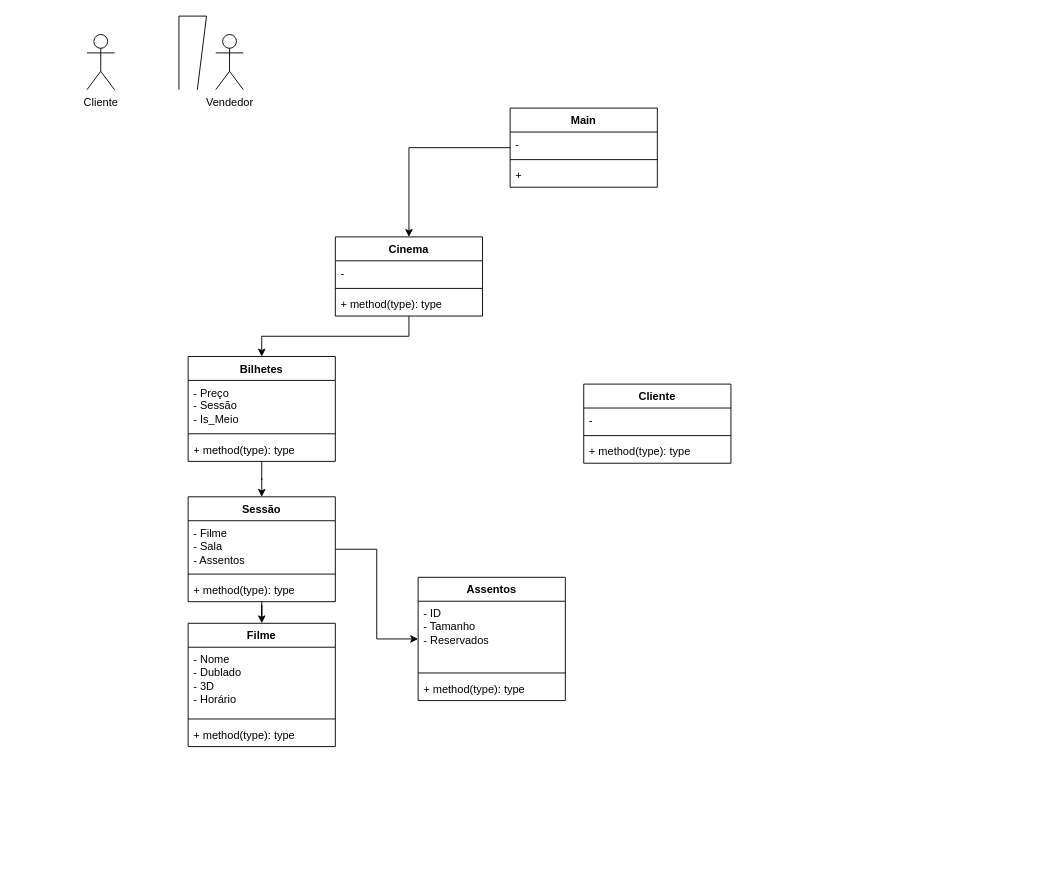
Above: Diagrama sem nome.drawio in eramoss/CineCon (draw.io), before the change. Source tidied: cells renumbered, new cells numbered last; positions are measured from the earlier drawing's top-left corner, leaving out a move shared by most shapes. Both pictures are drawn from the tidied source at 92%, with x=0, y=0 at pixel (86, 16).
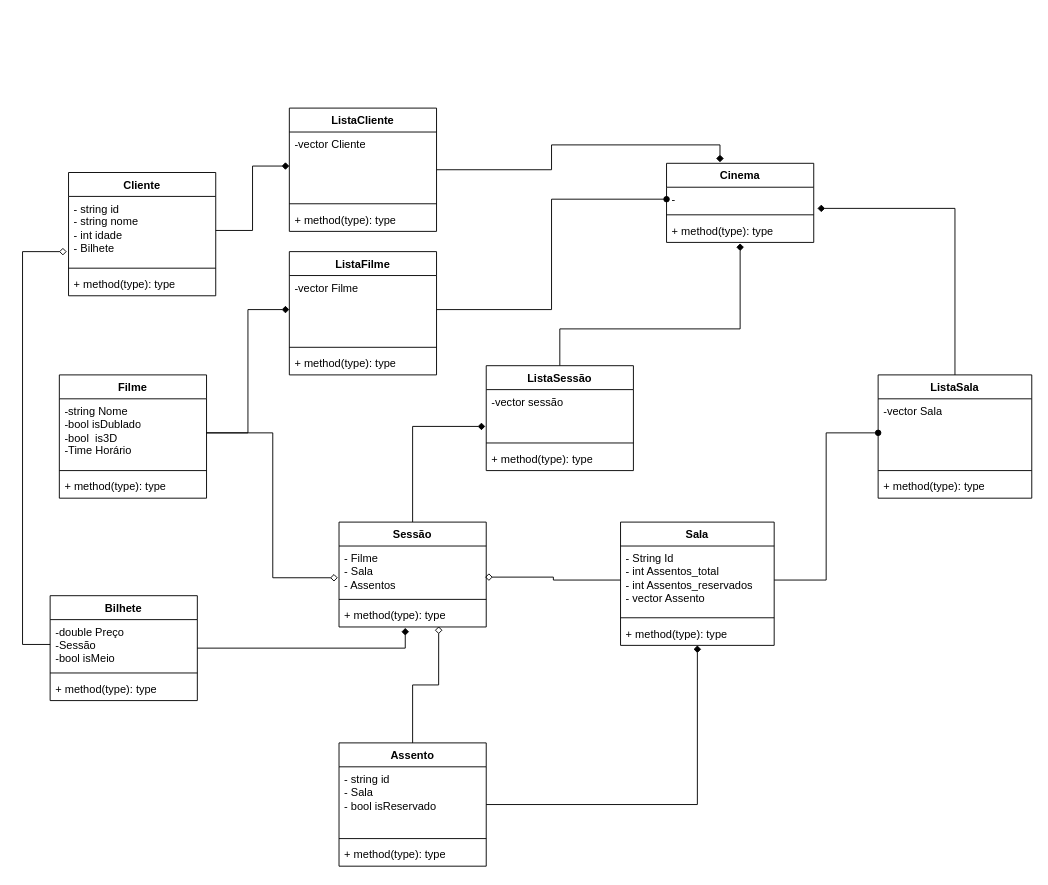
After the change.

Unchanged cells that the change refers to:
```xml
<mxCell id="5" value="-" style="text;strokeColor=none;fillColor=none;align=left;verticalAlign=top;spacingLeft=4;spacingRight=4;overflow=hidden;points=[[0,0.5],[1,0.5]];portConstraint=eastwest;whiteSpace=wrap;html=1;" parent="4" vertex="1">
  <mxGeometry y="26" width="160" height="26" as="geometry" />
</mxCell>
<mxCell id="7" value="+ method(type): type" style="text;strokeColor=none;fillColor=none;align=left;verticalAlign=top;spacingLeft=4;spacingRight=4;overflow=hidden;points=[[0,0.5],[1,0.5]];portConstraint=eastwest;whiteSpace=wrap;html=1;" parent="4" vertex="1">
  <mxGeometry y="60" width="160" height="26" as="geometry" />
</mxCell>
<mxCell id="31" value="- Filme&lt;br&gt;- Sala&lt;br&gt;- Assentos" style="text;strokeColor=none;fillColor=none;align=left;verticalAlign=top;spacingLeft=4;spacingRight=4;overflow=hidden;points=[[0,0.5],[1,0.5]];portConstraint=eastwest;whiteSpace=wrap;html=1;" parent="30" vertex="1">
  <mxGeometry y="26" width="160" height="54" as="geometry" />
</mxCell>
<mxCell id="33" value="+ method(type): type" style="text;strokeColor=none;fillColor=none;align=left;verticalAlign=top;spacingLeft=4;spacingRight=4;overflow=hidden;points=[[0,0.5],[1,0.5]];portConstraint=eastwest;whiteSpace=wrap;html=1;" parent="30" vertex="1">
  <mxGeometry y="88" width="160" height="26" as="geometry" />
</mxCell>
```

The edit, as a diff of the source:
```diff
@@
-    <mxCell id="2" value="Cliente" style="shape=umlActor;verticalLabelPosition=bottom;verticalAlign=top;html=1;" parent="1" vertex="1">
-      <mxGeometry y="20" width="30" height="60" as="geometry" />
-    </mxCell>
-    <mxCell id="3" style="edgeStyle=orthogonalEdgeStyle;rounded=0;jettySize=auto;html=1;" parent="1" edge="1" source="4" target="16">
-      <mxGeometry relative="1" as="geometry" />
-    </mxCell>
     <mxCell id="4" value="Cinema" style="swimlane;fontStyle=1;align=center;verticalAlign=top;horizontal=1;startSize=26;whiteSpace=wrap;html=1;" parent="1" vertex="1">
-      <mxGeometry x="270" y="240" width="160" height="86" as="geometry" />
+      <mxGeometry x="630" y="160" width="160" height="86" as="geometry" />
     </mxCell>
@@
-    <mxCell id="8" value="Vendedor&lt;br&gt;" style="shape=umlActor;verticalLabelPosition=bottom;verticalAlign=top;html=1;" parent="1" vertex="1">
-      <mxGeometry x="140" y="20" width="30" height="60" as="geometry" />
-    </mxCell>
-    <mxCell id="9" style="edgeStyle=orthogonalEdgeStyle;rounded=0;jettySize=auto;html=1;entryX=0.5;entryY=0;entryDx=0;entryDy=0;" parent="1" edge="1" source="11" target="4">
-      <mxGeometry relative="1" as="geometry" />
-    </mxCell>
-    <mxCell id="10" style="endArrow=none;html=1;rounded=0;" parent="1" edge="1">
-      <mxGeometry relative="1" as="geometry">
-        <mxPoint x="100" y="80" as="sourcePoint" />
-        <mxPoint x="120" y="80" as="targetPoint" />
-        <Array as="points">
-          <mxPoint x="100" />
-          <mxPoint x="130" />
-        </Array>
-      </mxGeometry>
-    </mxCell>
-    <mxCell id="11" value="Main" style="swimlane;fontStyle=1;align=center;verticalAlign=top;horizontal=1;startSize=26;whiteSpace=wrap;html=1;" parent="1" vertex="1">
-      <mxGeometry x="460" y="100" width="160" height="86" as="geometry" />
-    </mxCell>
-    <mxCell id="12" value="-" style="text;strokeColor=none;fillColor=none;align=left;verticalAlign=top;spacingLeft=4;spacingRight=4;overflow=hidden;whiteSpace=wrap;html=1;" parent="11" vertex="1">
-      <mxGeometry y="26" width="160" height="26" as="geometry" />
-    </mxCell>
-    <mxCell id="13" style="line;strokeWidth=1;fillColor=none;align=left;verticalAlign=middle;spacingTop=-1;spacingLeft=3;spacingRight=3;labelPosition=right;strokeColor=inherit;" parent="11" vertex="1">
-      <mxGeometry y="52" width="160" height="8" as="geometry" />
-    </mxCell>
-    <mxCell id="14" value="+" style="text;strokeColor=none;fillColor=none;align=left;verticalAlign=top;spacingLeft=4;spacingRight=4;overflow=hidden;whiteSpace=wrap;html=1;" parent="11" vertex="1">
-      <mxGeometry y="60" width="160" height="26" as="geometry" />
-    </mxCell>
-    <mxCell id="15" style="edgeStyle=orthogonalEdgeStyle;rounded=0;jettySize=auto;html=1;" parent="1" edge="1" source="16" target="30">
-      <mxGeometry relative="1" as="geometry" />
-    </mxCell>
+    <mxCell id="38" style="edgeStyle=orthogonalEdgeStyle;shape=connector;rounded=0;jettySize=auto;html=1;entryX=0.45;entryY=1.038;entryDx=0;entryDy=0;entryPerimeter=0;labelBackgroundColor=default;strokeColor=default;fontFamily=Helvetica;fontSize=11;fontColor=default;endArrow=diamond;endFill=1;" parent="1" edge="1" source="16" target="33">
+      <mxGeometry relative="1" as="geometry" />
+    </mxCell>
-    <mxCell id="16" value="Bilhetes" style="swimlane;fontStyle=1;align=center;verticalAlign=top;horizontal=1;startSize=26;whiteSpace=wrap;html=1;" parent="1" vertex="1">
-      <mxGeometry x="110" y="370" width="160" height="114" as="geometry" />
+    <mxCell id="16" value="Bilhete" style="swimlane;fontStyle=1;align=center;verticalAlign=top;horizontal=1;startSize=26;whiteSpace=wrap;html=1;" parent="1" vertex="1">
+      <mxGeometry x="-40" y="630" width="160" height="114" as="geometry" />
     </mxCell>
-    <mxCell id="17" value="- Preço&lt;br&gt;- Sessão&lt;br&gt;- Is_Meio" style="text;strokeColor=none;fillColor=none;align=left;verticalAlign=top;spacingLeft=4;spacingRight=4;overflow=hidden;points=[[0,0.5],[1,0.5]];portConstraint=eastwest;whiteSpace=wrap;html=1;" parent="16" vertex="1">
+    <mxCell id="17" value="-double Preço&lt;br&gt;-Sessão&lt;br&gt;-bool isMeio" style="text;strokeColor=none;fillColor=none;align=left;verticalAlign=top;spacingLeft=4;spacingRight=4;overflow=hidden;points=[[0,0.5],[1,0.5]];portConstraint=eastwest;whiteSpace=wrap;html=1;" parent="16" vertex="1">
       <mxGeometry y="26" width="160" height="54" as="geometry" />
     </mxCell>
@@
     <mxCell id="20" value="Cliente" style="swimlane;fontStyle=1;align=center;verticalAlign=top;horizontal=1;startSize=26;whiteSpace=wrap;html=1;" parent="1" vertex="1">
-      <mxGeometry x="540" y="400" width="160" height="86" as="geometry" />
+      <mxGeometry x="-20" y="170" width="160" height="134" as="geometry" />
     </mxCell>
-    <mxCell id="21" value="-&amp;nbsp;" style="text;strokeColor=none;fillColor=none;align=left;verticalAlign=top;spacingLeft=4;spacingRight=4;overflow=hidden;points=[[0,0.5],[1,0.5]];portConstraint=eastwest;whiteSpace=wrap;html=1;" parent="20" vertex="1">
-      <mxGeometry y="26" width="160" height="26" as="geometry" />
+    <mxCell id="21" value="&lt;div&gt;- string id&lt;/div&gt;&lt;div&gt;- string nome&lt;/div&gt;&lt;div&gt;- int idade&lt;/div&gt;&lt;div&gt;- Bilhete&lt;br&gt;&lt;/div&gt;" style="text;strokeColor=none;fillColor=none;align=left;verticalAlign=top;spacingLeft=4;spacingRight=4;overflow=hidden;points=[[0,0.5],[1,0.5]];portConstraint=eastwest;whiteSpace=wrap;html=1;" parent="20" vertex="1">
+      <mxGeometry y="26" width="160" height="74" as="geometry" />
     </mxCell>
     <mxCell id="22" style="line;strokeWidth=1;fillColor=none;align=left;verticalAlign=middle;spacingTop=-1;spacingLeft=3;spacingRight=3;labelPosition=right;strokeColor=inherit;" parent="20" vertex="1">
-      <mxGeometry y="52" width="160" height="8" as="geometry" />
+      <mxGeometry y="100" width="160" height="8" as="geometry" />
     </mxCell>
     <mxCell id="23" value="+ method(type): type" style="text;strokeColor=none;fillColor=none;align=left;verticalAlign=top;spacingLeft=4;spacingRight=4;overflow=hidden;whiteSpace=wrap;html=1;" parent="20" vertex="1">
-      <mxGeometry y="60" width="160" height="26" as="geometry" />
+      <mxGeometry y="108" width="160" height="26" as="geometry" />
     </mxCell>
     <mxCell id="24" value="Filme" style="swimlane;fontStyle=1;align=center;verticalAlign=top;horizontal=1;startSize=26;whiteSpace=wrap;html=1;" parent="1" vertex="1">
-      <mxGeometry x="110" y="660" width="160" height="134" as="geometry" />
+      <mxGeometry x="-30" y="390" width="160" height="134" as="geometry" />
     </mxCell>
-    <mxCell id="25" value="- Nome&lt;br&gt;- Dublado&lt;br&gt;- 3D&lt;br&gt;- Horário" style="text;strokeColor=none;fillColor=none;align=left;verticalAlign=top;spacingLeft=4;spacingRight=4;overflow=hidden;points=[[0,0.5],[1,0.5]];portConstraint=eastwest;whiteSpace=wrap;html=1;" parent="24" vertex="1">
+    <mxCell id="25" value="-string Nome&lt;br&gt;-bool isDublado&lt;br&gt;-bool&amp;nbsp; is3D&lt;br&gt;-Time Horário" style="text;strokeColor=none;fillColor=none;align=left;verticalAlign=top;spacingLeft=4;spacingRight=4;overflow=hidden;points=[[0,0.5],[1,0.5]];portConstraint=eastwest;whiteSpace=wrap;html=1;" parent="24" vertex="1">
       <mxGeometry y="26" width="160" height="74" as="geometry" />
     </mxCell>
@@
-    <mxCell id="28" style="edgeStyle=orthogonalEdgeStyle;rounded=0;jettySize=auto;html=1;" parent="1" edge="1" source="30" target="24">
-      <mxGeometry relative="1" as="geometry" />
-    </mxCell>
-    <mxCell id="29" style="edgeStyle=orthogonalEdgeStyle;rounded=0;jettySize=auto;html=1;" parent="1" edge="1" source="30" target="34">
-      <mxGeometry relative="1" as="geometry" />
-    </mxCell>
+    <mxCell id="39" style="edgeStyle=orthogonalEdgeStyle;shape=connector;rounded=0;jettySize=auto;html=1;entryX=-0.006;entryY=0.741;entryDx=0;entryDy=0;entryPerimeter=0;labelBackgroundColor=default;strokeColor=default;fontFamily=Helvetica;fontSize=11;fontColor=default;endArrow=diamond;endFill=1;" parent="1" edge="1" source="30" target="69">
+      <mxGeometry relative="1" as="geometry" />
+    </mxCell>
     <mxCell id="30" value="Sessão" style="swimlane;fontStyle=1;align=center;verticalAlign=top;horizontal=1;startSize=26;whiteSpace=wrap;html=1;" parent="1" vertex="1">
-      <mxGeometry x="110" y="522.5" width="160" height="114" as="geometry" />
+      <mxGeometry x="274" y="550" width="160" height="114" as="geometry" />
     </mxCell>
@@
+    <mxCell id="40" style="edgeStyle=orthogonalEdgeStyle;shape=connector;rounded=0;jettySize=auto;html=1;entryX=0.5;entryY=1;entryDx=0;entryDy=0;labelBackgroundColor=default;strokeColor=default;fontFamily=Helvetica;fontSize=11;fontColor=default;endArrow=diamond;endFill=1;" parent="1" edge="1" source="34" target="41">
+      <mxGeometry relative="1" as="geometry" />
+    </mxCell>
-    <mxCell id="34" value="Assentos" style="swimlane;fontStyle=1;align=center;verticalAlign=top;horizontal=1;startSize=26;whiteSpace=wrap;html=1;" parent="1" vertex="1">
-      <mxGeometry x="360" y="610" width="160" height="134" as="geometry" />
+    <mxCell id="34" value="Assento" style="swimlane;fontStyle=1;align=center;verticalAlign=top;horizontal=1;startSize=26;whiteSpace=wrap;html=1;" parent="1" vertex="1">
+      <mxGeometry x="274" y="790" width="160" height="134" as="geometry" />
     </mxCell>
-    <mxCell id="35" value="- ID&lt;br&gt;- Tamanho&lt;br&gt;- Reservados" style="text;strokeColor=none;fillColor=none;align=left;verticalAlign=top;spacingLeft=4;spacingRight=4;overflow=hidden;whiteSpace=wrap;html=1;" parent="34" vertex="1">
+    <mxCell id="35" value="&lt;div&gt;- string id&lt;/div&gt;&lt;div&gt;- Sala&lt;br&gt;&lt;/div&gt;&lt;div&gt;- bool isReservado&lt;br&gt;&lt;/div&gt;" style="text;strokeColor=none;fillColor=none;align=left;verticalAlign=top;spacingLeft=4;spacingRight=4;overflow=hidden;whiteSpace=wrap;html=1;" parent="34" vertex="1">
       <mxGeometry y="26" width="160" height="74" as="geometry" />
     </mxCell>
@@
+    <mxCell id="41" value="Sala" style="swimlane;fontStyle=1;align=center;verticalAlign=top;horizontal=1;startSize=26;whiteSpace=wrap;html=1;" parent="1" vertex="1">
+      <mxGeometry x="580" y="550" width="167" height="134" as="geometry" />
+    </mxCell>
+    <mxCell id="42" value="&lt;div&gt;- String Id&lt;/div&gt;&lt;div&gt;- int Assentos_total&lt;/div&gt;&lt;div&gt;- int Assentos_reservados&lt;/div&gt;&lt;div&gt;- vector Assento&lt;br&gt;&lt;/div&gt;" style="text;strokeColor=none;fillColor=none;align=left;verticalAlign=top;spacingLeft=4;spacingRight=4;overflow=hidden;points=[[0,0.5],[1,0.5]];portConstraint=eastwest;whiteSpace=wrap;html=1;" parent="41" vertex="1">
+      <mxGeometry y="26" width="167" height="74" as="geometry" />
+    </mxCell>
+    <mxCell id="43" style="line;strokeWidth=1;fillColor=none;align=left;verticalAlign=middle;spacingTop=-1;spacingLeft=3;spacingRight=3;labelPosition=right;strokeColor=inherit;" parent="41" vertex="1">
+      <mxGeometry y="100" width="167" height="8" as="geometry" />
+    </mxCell>
+    <mxCell id="44" value="+ method(type): type" style="text;strokeColor=none;fillColor=none;align=left;verticalAlign=top;spacingLeft=4;spacingRight=4;overflow=hidden;whiteSpace=wrap;html=1;" parent="41" vertex="1">
+      <mxGeometry y="108" width="167" height="26" as="geometry" />
+    </mxCell>
+    <mxCell id="45" style="edgeStyle=orthogonalEdgeStyle;shape=connector;rounded=0;jettySize=auto;html=1;entryX=-0.008;entryY=0.639;entryDx=0;entryDy=0;entryPerimeter=0;labelBackgroundColor=default;strokeColor=default;fontFamily=Helvetica;fontSize=11;fontColor=default;endArrow=diamond;endFill=0;" parent="1" edge="1" source="25" target="31">
+      <mxGeometry relative="1" as="geometry" />
+    </mxCell>
+    <mxCell id="46" style="edgeStyle=orthogonalEdgeStyle;shape=connector;rounded=0;jettySize=auto;html=1;entryX=0.992;entryY=0.626;entryDx=0;entryDy=0;entryPerimeter=0;labelBackgroundColor=default;strokeColor=default;fontFamily=Helvetica;fontSize=11;fontColor=default;endArrow=diamond;endFill=0;" parent="1" edge="1" source="42" target="31">
+      <mxGeometry relative="1" as="geometry" />
+    </mxCell>
+    <mxCell id="47" style="edgeStyle=orthogonalEdgeStyle;shape=connector;rounded=0;jettySize=auto;html=1;entryX=0.677;entryY=0.974;entryDx=0;entryDy=0;entryPerimeter=0;labelBackgroundColor=default;strokeColor=default;fontFamily=Helvetica;fontSize=11;fontColor=default;endArrow=diamond;endFill=0;exitX=0.5;exitY=0;exitDx=0;exitDy=0;" parent="1" edge="1" source="34" target="33">
+      <mxGeometry relative="1" as="geometry" />
+    </mxCell>
+    <mxCell id="48" style="edgeStyle=orthogonalEdgeStyle;shape=connector;rounded=0;jettySize=auto;html=1;entryX=0.363;entryY=-0.012;entryDx=0;entryDy=0;entryPerimeter=0;labelBackgroundColor=default;strokeColor=default;fontFamily=Helvetica;fontSize=11;fontColor=default;endArrow=diamond;endFill=1;" parent="1" edge="1" source="49" target="4">
+      <mxGeometry relative="1" as="geometry" />
+    </mxCell>
+    <mxCell id="49" value="ListaCliente" style="swimlane;fontStyle=1;align=center;verticalAlign=top;horizontal=1;startSize=26;whiteSpace=wrap;html=1;" parent="1" vertex="1">
+      <mxGeometry x="220" y="100" width="160" height="134" as="geometry" />
+    </mxCell>
+    <mxCell id="50" value="-vector Cliente" style="text;strokeColor=none;fillColor=none;align=left;verticalAlign=top;spacingLeft=4;spacingRight=4;overflow=hidden;points=[[0,0.5],[1,0.5]];portConstraint=eastwest;whiteSpace=wrap;html=1;" parent="49" vertex="1">
+      <mxGeometry y="26" width="160" height="74" as="geometry" />
+    </mxCell>
+    <mxCell id="51" style="line;strokeWidth=1;fillColor=none;align=left;verticalAlign=middle;spacingTop=-1;spacingLeft=3;spacingRight=3;labelPosition=right;strokeColor=inherit;" parent="49" vertex="1">
+      <mxGeometry y="100" width="160" height="8" as="geometry" />
+    </mxCell>
+    <mxCell id="52" value="+ method(type): type" style="text;strokeColor=none;fillColor=none;align=left;verticalAlign=top;spacingLeft=4;spacingRight=4;overflow=hidden;whiteSpace=wrap;html=1;" parent="49" vertex="1">
+      <mxGeometry y="108" width="160" height="26" as="geometry" />
+    </mxCell>
+    <mxCell id="53" value="ListaFilme" style="swimlane;fontStyle=1;align=center;verticalAlign=top;horizontal=1;startSize=26;whiteSpace=wrap;html=1;" parent="1" vertex="1">
+      <mxGeometry x="220" y="256" width="160" height="134" as="geometry" />
+    </mxCell>
+    <mxCell id="54" value="-vector Filme" style="text;strokeColor=none;fillColor=none;align=left;verticalAlign=top;spacingLeft=4;spacingRight=4;overflow=hidden;points=[[0,0.5],[1,0.5]];portConstraint=eastwest;whiteSpace=wrap;html=1;" parent="53" vertex="1">
+      <mxGeometry y="26" width="160" height="74" as="geometry" />
+    </mxCell>
+    <mxCell id="55" style="line;strokeWidth=1;fillColor=none;align=left;verticalAlign=middle;spacingTop=-1;spacingLeft=3;spacingRight=3;labelPosition=right;strokeColor=inherit;" parent="53" vertex="1">
+      <mxGeometry y="100" width="160" height="8" as="geometry" />
+    </mxCell>
+    <mxCell id="56" value="+ method(type): type" style="text;strokeColor=none;fillColor=none;align=left;verticalAlign=top;spacingLeft=4;spacingRight=4;overflow=hidden;whiteSpace=wrap;html=1;" parent="53" vertex="1">
+      <mxGeometry y="108" width="160" height="26" as="geometry" />
+    </mxCell>
+    <mxCell id="57" style="edgeStyle=orthogonalEdgeStyle;shape=connector;rounded=0;jettySize=auto;html=1;entryX=-0.012;entryY=0.811;entryDx=0;entryDy=0;entryPerimeter=0;labelBackgroundColor=default;strokeColor=default;fontFamily=Helvetica;fontSize=11;fontColor=default;endArrow=diamond;endFill=0;" parent="1" edge="1" source="17" target="21">
+      <mxGeometry relative="1" as="geometry">
+        <Array as="points">
+          <mxPoint x="-70" y="683" />
+          <mxPoint x="-70" y="256" />
+        </Array>
+      </mxGeometry>
+    </mxCell>
+    <mxCell id="58" style="edgeStyle=orthogonalEdgeStyle;shape=connector;rounded=0;jettySize=auto;html=1;labelBackgroundColor=default;strokeColor=default;fontFamily=Helvetica;fontSize=11;fontColor=default;endArrow=diamond;endFill=1;" parent="1" edge="1" source="25" target="54">
+      <mxGeometry relative="1" as="geometry" />
+    </mxCell>
+    <mxCell id="59" style="edgeStyle=orthogonalEdgeStyle;shape=connector;rounded=0;jettySize=auto;html=1;entryX=1.025;entryY=0.885;entryDx=0;entryDy=0;entryPerimeter=0;labelBackgroundColor=default;strokeColor=default;fontFamily=Helvetica;fontSize=11;fontColor=default;endArrow=diamond;endFill=1;" parent="1" edge="1" source="60" target="5">
+      <mxGeometry relative="1" as="geometry" />
+    </mxCell>
+    <mxCell id="60" value="ListaSala" style="swimlane;fontStyle=1;align=center;verticalAlign=top;horizontal=1;startSize=26;whiteSpace=wrap;html=1;" parent="1" vertex="1">
+      <mxGeometry x="860" y="390" width="167" height="134" as="geometry" />
+    </mxCell>
+    <mxCell id="61" value="-vector Sala" style="text;strokeColor=none;fillColor=none;align=left;verticalAlign=top;spacingLeft=4;spacingRight=4;overflow=hidden;points=[[0,0.5],[1,0.5]];portConstraint=eastwest;whiteSpace=wrap;html=1;" parent="60" vertex="1">
+      <mxGeometry y="26" width="167" height="74" as="geometry" />
+    </mxCell>
+    <mxCell id="62" style="line;strokeWidth=1;fillColor=none;align=left;verticalAlign=middle;spacingTop=-1;spacingLeft=3;spacingRight=3;labelPosition=right;strokeColor=inherit;" parent="60" vertex="1">
+      <mxGeometry y="100" width="167" height="8" as="geometry" />
+    </mxCell>
+    <mxCell id="63" value="+ method(type): type" style="text;strokeColor=none;fillColor=none;align=left;verticalAlign=top;spacingLeft=4;spacingRight=4;overflow=hidden;whiteSpace=wrap;html=1;" parent="60" vertex="1">
+      <mxGeometry y="108" width="167" height="26" as="geometry" />
+    </mxCell>
+    <mxCell id="64" style="edgeStyle=orthogonalEdgeStyle;shape=connector;rounded=0;jettySize=auto;html=1;labelBackgroundColor=default;strokeColor=default;fontFamily=Helvetica;fontSize=11;fontColor=default;endArrow=oval;endFill=1;" parent="1" edge="1" source="42" target="61">
+      <mxGeometry relative="1" as="geometry" />
+    </mxCell>
+    <mxCell id="65" style="edgeStyle=orthogonalEdgeStyle;shape=connector;rounded=0;jettySize=auto;html=1;entryX=0;entryY=0.5;entryDx=0;entryDy=0;labelBackgroundColor=default;strokeColor=default;fontFamily=Helvetica;fontSize=11;fontColor=default;endArrow=diamond;endFill=1;" parent="1" edge="1" source="21" target="50">
+      <mxGeometry relative="1" as="geometry" />
+    </mxCell>
+    <mxCell id="66" style="edgeStyle=orthogonalEdgeStyle;shape=connector;rounded=0;jettySize=auto;html=1;labelBackgroundColor=default;strokeColor=default;fontFamily=Helvetica;fontSize=11;fontColor=default;endArrow=oval;endFill=1;" parent="1" edge="1" source="54" target="5">
+      <mxGeometry relative="1" as="geometry" />
+    </mxCell>
+    <mxCell id="67" style="edgeStyle=orthogonalEdgeStyle;shape=connector;rounded=0;jettySize=auto;html=1;labelBackgroundColor=default;strokeColor=default;fontFamily=Helvetica;fontSize=11;fontColor=default;endArrow=diamond;entryX=0.5;entryY=1.038;entryDx=0;entryDy=0;entryPerimeter=0;endFill=1;" parent="1" edge="1" source="68" target="7">
+      <mxGeometry relative="1" as="geometry">
+        <Array as="points">
+          <mxPoint x="514" y="340" />
+          <mxPoint x="710" y="340" />
+        </Array>
+      </mxGeometry>
+    </mxCell>
+    <mxCell id="68" value="ListaSessão" style="swimlane;fontStyle=1;align=center;verticalAlign=top;horizontal=1;startSize=26;whiteSpace=wrap;html=1;" parent="1" vertex="1">
+      <mxGeometry x="434" y="380" width="160" height="114" as="geometry" />
+    </mxCell>
+    <mxCell id="69" value="-vector sessão" style="text;strokeColor=none;fillColor=none;align=left;verticalAlign=top;spacingLeft=4;spacingRight=4;overflow=hidden;points=[[0,0.5],[1,0.5]];portConstraint=eastwest;whiteSpace=wrap;html=1;" parent="68" vertex="1">
+      <mxGeometry y="26" width="160" height="54" as="geometry" />
+    </mxCell>
+    <mxCell id="70" style="line;strokeWidth=1;fillColor=none;align=left;verticalAlign=middle;spacingTop=-1;spacingLeft=3;spacingRight=3;labelPosition=right;strokeColor=inherit;" parent="68" vertex="1">
+      <mxGeometry y="80" width="160" height="8" as="geometry" />
+    </mxCell>
+    <mxCell id="71" value="+ method(type): type" style="text;strokeColor=none;fillColor=none;align=left;verticalAlign=top;spacingLeft=4;spacingRight=4;overflow=hidden;whiteSpace=wrap;html=1;" parent="68" vertex="1">
+      <mxGeometry y="88" width="160" height="26" as="geometry" />
+    </mxCell>
```
